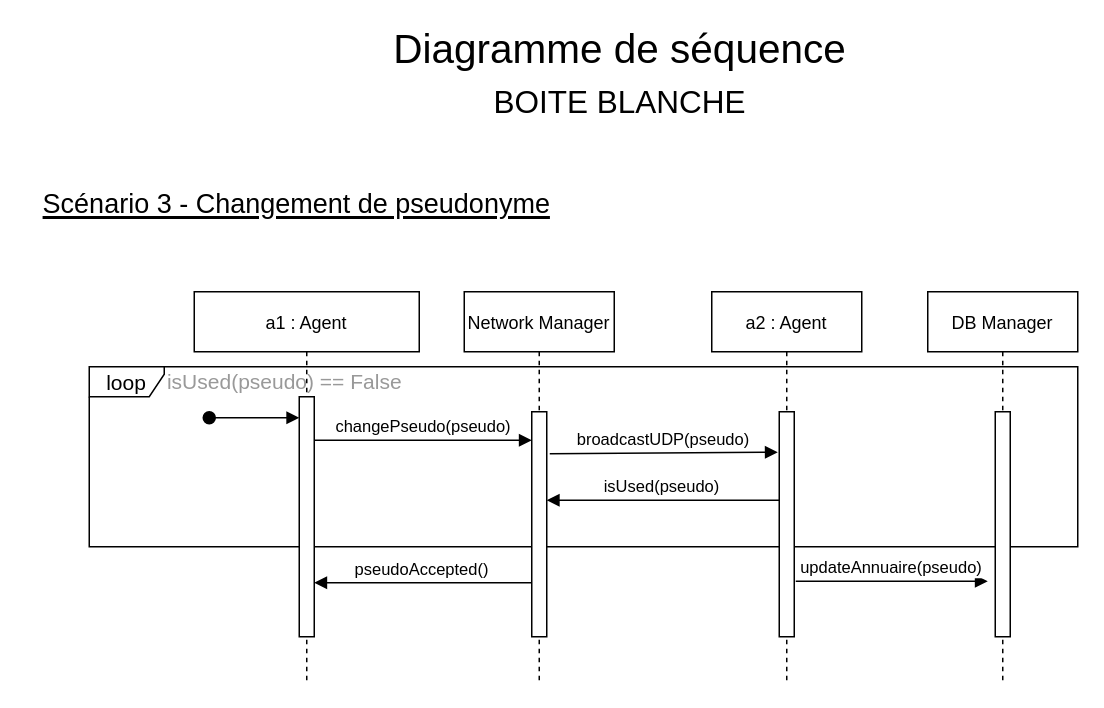
StefRCH/depot-projet-UML keeps this draw.io diagram as Sequence Diagram/Boite noire/Scénario 3 - Changement Pseudo/Scenario_3_Changement_Pseudo_WHITE_BOX.drawio. Above is the earlier version. Source tidied: cells renumbered, new cells numbered last; positions are measured from the earlier drawing's top-left corner, leaving out a move shared by most shapes. Both pictures are drawn from the tidied source at 150%, with x=0, y=0 at pixel (26, 51).
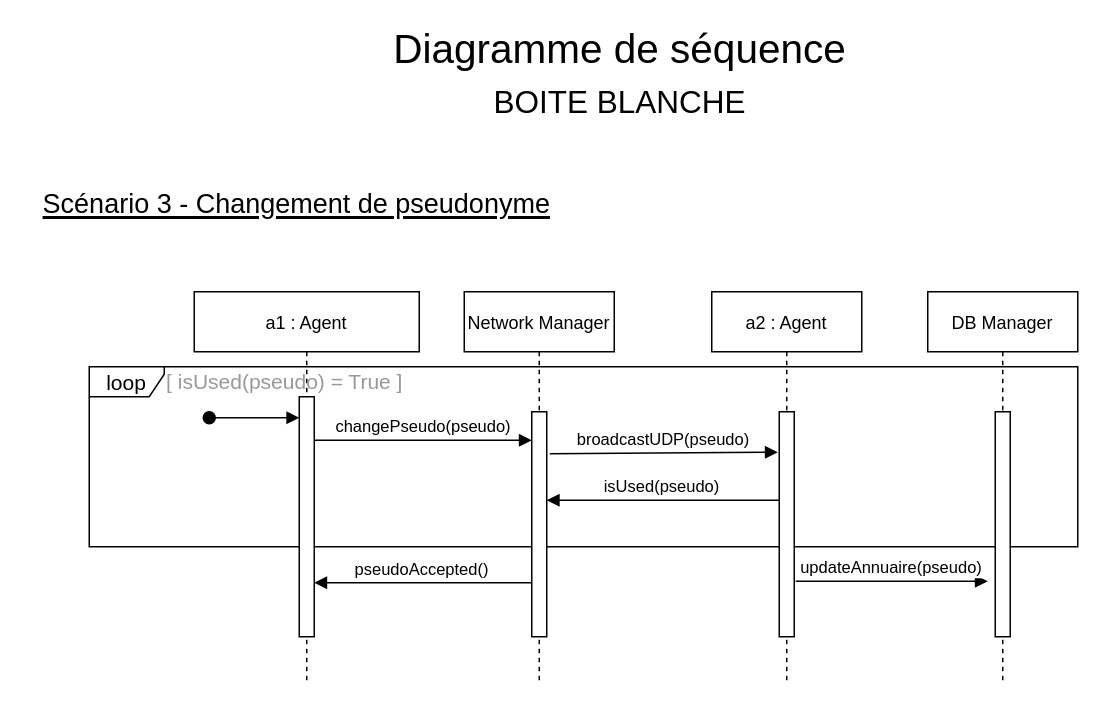
Above is the later version.

Unchanged cells that the change refers to:
```xml
<mxCell id="3" value="a1 : Agent" style="shape=umlLifeline;perimeter=lifelinePerimeter;rounded=0;shadow=0;strokeWidth=1;" parent="1" vertex="1">
  <mxGeometry x="112" y="160" width="150" height="260" as="geometry" />
</mxCell>
```

The edit, as a diff of the source:
```diff
@@
-    <mxCell id="6" value="&lt;font color=&quot;#999999&quot;&gt;isUsed(pseudo) == False&lt;/font&gt;" style="text;html=1;align=center;verticalAlign=middle;strokeColor=none;fillColor=none;fontSize=14;" parent="3" vertex="1">
+    <mxCell id="6" value="&lt;font color=&quot;#999999&quot;&gt;[ isUsed(pseudo) = True ]&lt;br&gt;&lt;/font&gt;" style="text;html=1;align=center;verticalAlign=middle;strokeColor=none;fillColor=none;fontSize=14;" parent="3" vertex="1">
       <mxGeometry x="-30" y="45" width="180" height="30" as="geometry" />
     </mxCell>
```
